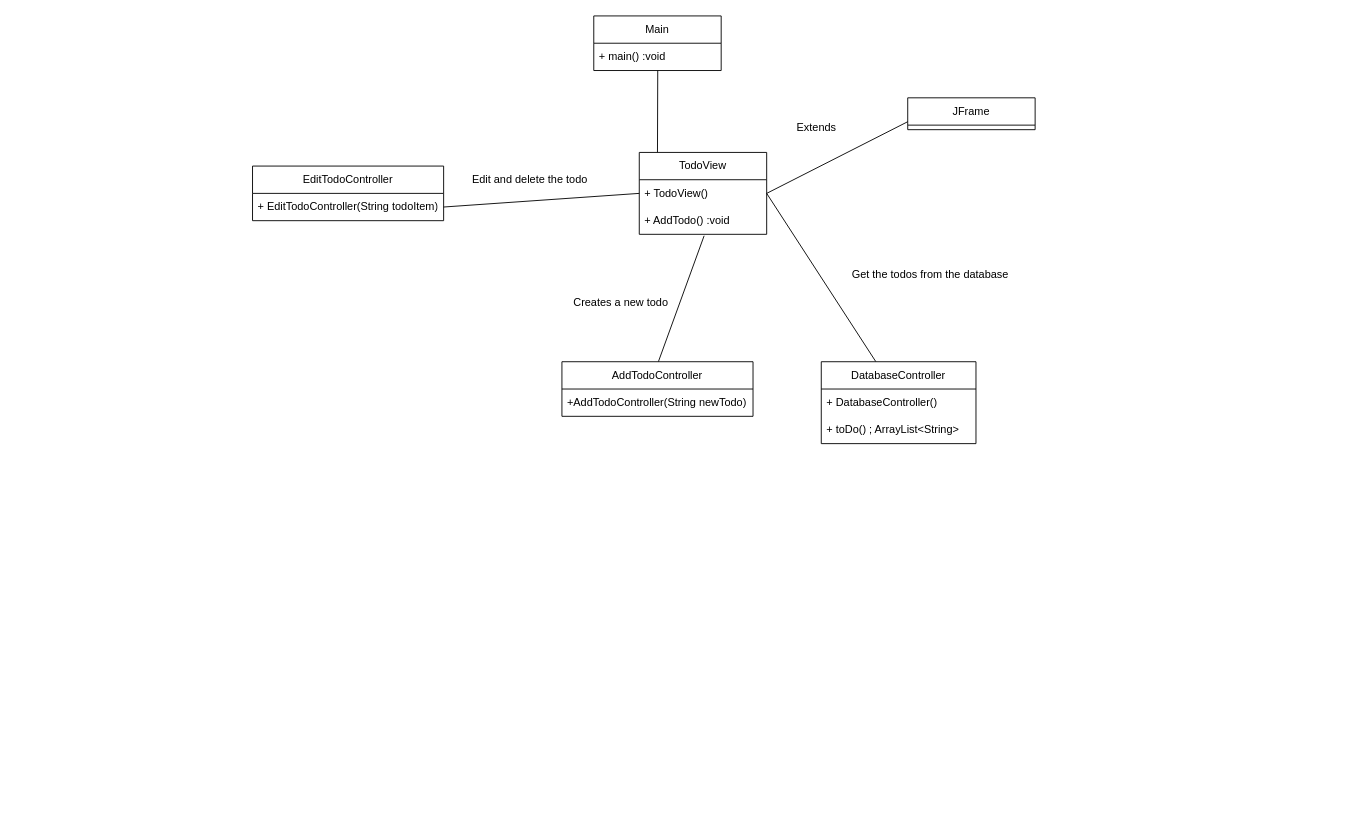
The draw.io diagram Class Diagram.drawio in Rick-VA/JavaDoit, before the edit. Source tidied: cells renumbered, new cells numbered last; positions are measured from the earlier drawing's top-left corner, leaving out a move shared by most shapes. Both pictures are drawn from the tidied source at 91%, with x=0, y=0 at pixel (252, 15).
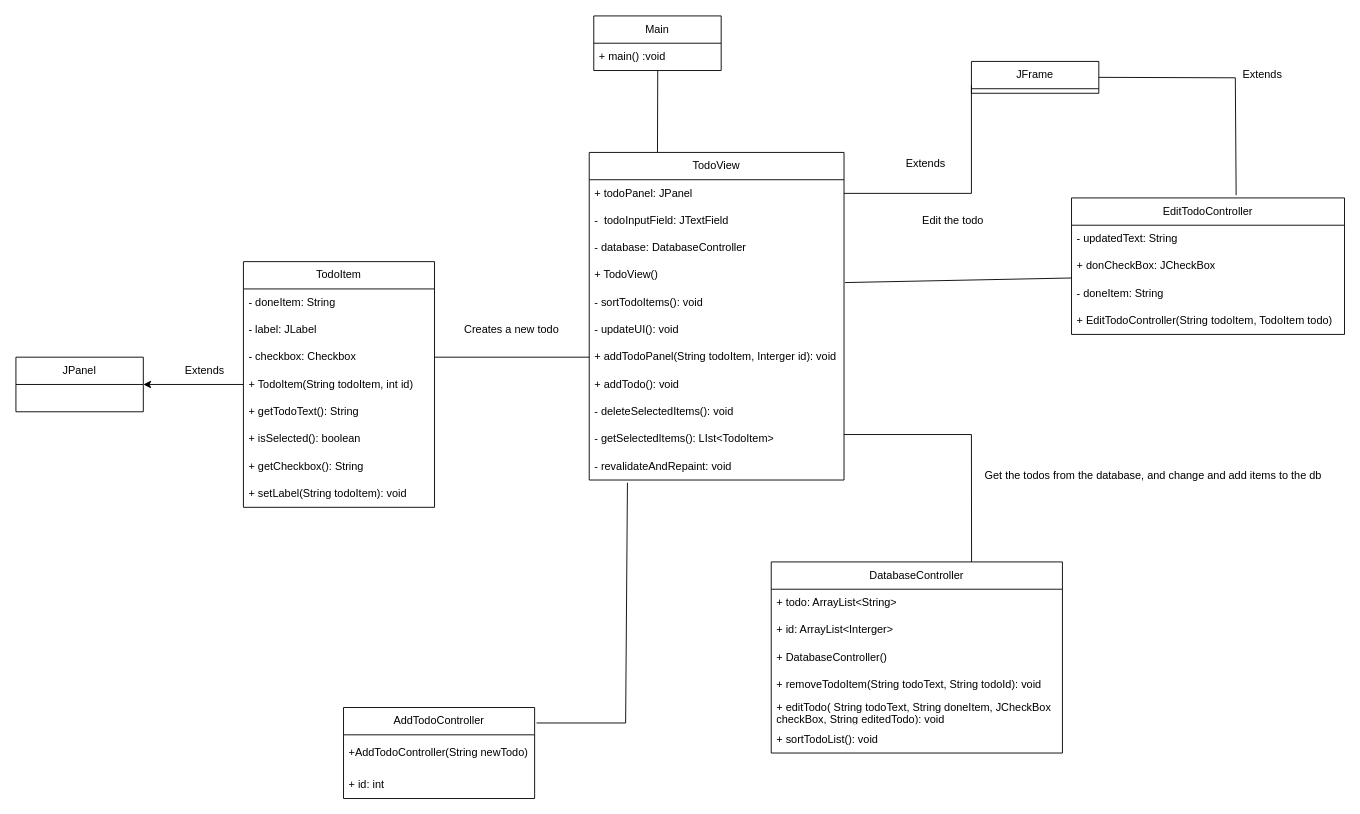
After the change.

Commit message (it also covers changes not shown here):
whole project completed

Change to the diagram source:
```diff
@@
     <mxCell id="5" value="TodoView" style="swimlane;fontStyle=0;horizontal=1;startSize=30;whiteSpace=wrap;html=1;" parent="1" vertex="1">
-      <mxGeometry x="425" y="150" width="140" height="90" as="geometry" />
+      <mxGeometry x="370" y="150" width="280" height="360" as="geometry" />
     </mxCell>
-    <mxCell id="6" value="+ TodoView()" style="text;strokeColor=none;fillColor=none;align=left;verticalAlign=middle;spacingLeft=4;spacingRight=4;overflow=hidden;points=[[0,0.5],[1,0.5]];portConstraint=eastwest;whiteSpace=wrap;html=1;" parent="5" vertex="1">
-      <mxGeometry y="30" width="140" height="30" as="geometry" />
+    <mxCell id="6" value="+ todoPanel: JPanel" style="text;strokeColor=none;fillColor=none;align=left;verticalAlign=middle;spacingLeft=4;spacingRight=4;overflow=hidden;points=[[0,0.5],[1,0.5]];portConstraint=eastwest;whiteSpace=wrap;html=1;" parent="5" vertex="1">
+      <mxGeometry y="30" width="280" height="30" as="geometry" />
     </mxCell>
+    <mxCell id="24" value="-&amp;nbsp; todoInputField: JTextField" style="text;strokeColor=none;fillColor=none;align=left;verticalAlign=middle;spacingLeft=4;spacingRight=4;overflow=hidden;whiteSpace=wrap;html=1;" parent="5" vertex="1">
+      <mxGeometry y="60" width="280" height="30" as="geometry" />
+    </mxCell>
+    <mxCell id="25" value="- database: DatabaseController" style="text;strokeColor=none;fillColor=none;align=left;verticalAlign=middle;spacingLeft=4;spacingRight=4;overflow=hidden;whiteSpace=wrap;html=1;" parent="5" vertex="1">
+      <mxGeometry y="90" width="280" height="30" as="geometry" />
+    </mxCell>
-    <mxCell id="7" value="+ AddTodo() :void" style="text;strokeColor=none;fillColor=none;align=left;verticalAlign=middle;spacingLeft=4;spacingRight=4;overflow=hidden;points=[[0,0.5],[1,0.5]];portConstraint=eastwest;whiteSpace=wrap;html=1;" parent="5" vertex="1">
-      <mxGeometry y="60" width="140" height="30" as="geometry" />
+    <mxCell id="7" value="+ TodoView()" style="text;strokeColor=none;fillColor=none;align=left;verticalAlign=middle;spacingLeft=4;spacingRight=4;overflow=hidden;points=[[0,0.5],[1,0.5]];portConstraint=eastwest;whiteSpace=wrap;html=1;" parent="5" vertex="1">
+      <mxGeometry y="120" width="280" height="30" as="geometry" />
     </mxCell>
+    <mxCell id="26" value="- sortTodoItems(): void" style="text;strokeColor=none;fillColor=none;align=left;verticalAlign=middle;spacingLeft=4;spacingRight=4;overflow=hidden;whiteSpace=wrap;html=1;" parent="5" vertex="1">
+      <mxGeometry y="150" width="280" height="30" as="geometry" />
+    </mxCell>
+    <mxCell id="27" value="- updateUI(): void" style="text;strokeColor=none;fillColor=none;align=left;verticalAlign=middle;spacingLeft=4;spacingRight=4;overflow=hidden;whiteSpace=wrap;html=1;" parent="5" vertex="1">
+      <mxGeometry y="180" width="280" height="30" as="geometry" />
+    </mxCell>
+    <mxCell id="28" value="+ addTodoPanel(String todoItem, Interger id): void" style="text;strokeColor=none;fillColor=none;align=left;verticalAlign=middle;spacingLeft=4;spacingRight=4;overflow=hidden;points=[[0,0.5],[1,0.5]];portConstraint=eastwest;whiteSpace=wrap;html=1;" parent="5" vertex="1">
+      <mxGeometry y="210" width="280" height="30" as="geometry" />
+    </mxCell>
+    <mxCell id="29" value="+ addTodo(): void" style="text;strokeColor=none;fillColor=none;align=left;verticalAlign=middle;spacingLeft=4;spacingRight=4;overflow=hidden;whiteSpace=wrap;html=1;" parent="5" vertex="1">
+      <mxGeometry y="240" width="280" height="30" as="geometry" />
+    </mxCell>
+    <mxCell id="30" value="- deleteSelectedItems(): void" style="text;strokeColor=none;fillColor=none;align=left;verticalAlign=middle;spacingLeft=4;spacingRight=4;overflow=hidden;whiteSpace=wrap;html=1;" parent="5" vertex="1">
+      <mxGeometry y="270" width="280" height="30" as="geometry" />
+    </mxCell>
+    <mxCell id="31" value="- getSelectedItems(): LIst&amp;lt;TodoItem&amp;gt;" style="text;strokeColor=none;fillColor=none;align=left;verticalAlign=middle;spacingLeft=4;spacingRight=4;overflow=hidden;whiteSpace=wrap;html=1;" parent="5" vertex="1">
+      <mxGeometry y="300" width="280" height="30" as="geometry" />
+    </mxCell>
+    <mxCell id="32" value="- revalidateAndRepaint: void" style="text;strokeColor=none;fillColor=none;align=left;verticalAlign=middle;spacingLeft=4;spacingRight=4;overflow=hidden;points=[[0,0.5],[1,0.5]];portConstraint=eastwest;whiteSpace=wrap;html=1;" parent="5" vertex="1">
+      <mxGeometry y="330" width="280" height="30" as="geometry" />
+    </mxCell>
     <mxCell id="8" value="Extends" style="text;html=1;strokeColor=none;fillColor=none;align=center;verticalAlign=middle;whiteSpace=wrap;rounded=0;" parent="1" vertex="1">
-      <mxGeometry x="590" y="110" width="60" height="25" as="geometry" />
+      <mxGeometry x="710" y="150" width="60" height="25" as="geometry" />
     </mxCell>
     <mxCell id="9" value="JFrame" style="swimlane;fontStyle=0;horizontal=1;startSize=30;whiteSpace=wrap;html=1;" parent="1" vertex="1">
-      <mxGeometry x="720" y="90" width="140" height="35" as="geometry" />
+      <mxGeometry x="790" y="50" width="140" height="35" as="geometry" />
     </mxCell>
-    <mxCell id="10" style="endArrow=none;html=1;rounded=0;entryX=0.509;entryY=1.053;entryDx=0;entryDy=0;entryPerimeter=0;" parent="1" edge="1" target="7">
+    <mxCell id="10" style="endArrow=none;html=1;rounded=0;entryX=0.15;entryY=1.1;entryDx=0;entryDy=0;entryPerimeter=0;exitX=1.01;exitY=0.17;exitDx=0;exitDy=0;exitPerimeter=0;" parent="1" edge="1" source="11" target="32">
       <mxGeometry relative="1" as="geometry">
-        <mxPoint x="446" y="380" as="sourcePoint" />
+        <Array as="points">
+          <mxPoint x="410" y="777" />
+        </Array>
       </mxGeometry>
     </mxCell>
     <mxCell id="11" value="AddTodoController" style="swimlane;fontStyle=0;horizontal=1;startSize=30;whiteSpace=wrap;html=1;" parent="1" vertex="1">
-      <mxGeometry x="340" y="380" width="210" height="60" as="geometry" />
+      <mxGeometry x="100" y="760" width="210" height="100" as="geometry" />
     </mxCell>
     <mxCell id="12" value="+AddTodoController(String newTodo)" style="text;strokeColor=none;fillColor=none;align=left;verticalAlign=middle;spacingLeft=4;spacingRight=4;overflow=hidden;whiteSpace=wrap;html=1;" parent="11" vertex="1">
-      <mxGeometry y="30" width="210" height="30" as="geometry" />
+      <mxGeometry y="30" width="210" height="40" as="geometry" />
     </mxCell>
+    <mxCell id="33" value="+ id: int" style="text;strokeColor=none;fillColor=none;align=left;verticalAlign=middle;spacingLeft=4;spacingRight=4;overflow=hidden;whiteSpace=wrap;html=1;" parent="11" vertex="1">
+      <mxGeometry y="70" width="210" height="30" as="geometry" />
+    </mxCell>
     <mxCell id="13" value="Creates a new todo" style="text;html=1;strokeColor=none;fillColor=none;align=center;verticalAlign=middle;whiteSpace=wrap;rounded=0;" parent="1" vertex="1">
-      <mxGeometry x="340" y="300" width="130" height="30" as="geometry" />
+      <mxGeometry x="220" y="330" width="130" height="30" as="geometry" />
     </mxCell>
-    <mxCell id="14" style="endArrow=none;html=1;rounded=0;entryX=1;entryY=0.5;entryDx=0;entryDy=0;" parent="1" edge="1" target="6">
+    <mxCell id="14" style="endArrow=none;html=1;rounded=0;exitX=0.688;exitY=0;exitDx=0;exitDy=0;exitPerimeter=0;" parent="1" edge="1" source="15">
       <mxGeometry relative="1" as="geometry">
-        <mxPoint x="685" y="380" as="sourcePoint" />
+        <mxPoint x="650" y="460" as="targetPoint" />
+        <Array as="points">
+          <mxPoint x="790" y="460" />
+        </Array>
       </mxGeometry>
     </mxCell>
     <mxCell id="15" value="DatabaseController" style="swimlane;fontStyle=0;horizontal=1;startSize=30;whiteSpace=wrap;html=1;" parent="1" vertex="1">
-      <mxGeometry x="625" y="380" width="170" height="90" as="geometry" />
+      <mxGeometry x="570" y="600" width="320" height="210" as="geometry" />
     </mxCell>
-    <mxCell id="16" value="+ DatabaseController()" style="text;strokeColor=none;fillColor=none;align=left;verticalAlign=middle;spacingLeft=4;spacingRight=4;overflow=hidden;whiteSpace=wrap;html=1;" parent="15" vertex="1">
-      <mxGeometry y="30" width="170" height="30" as="geometry" />
+    <mxCell id="16" value="+ todo: ArrayList&amp;lt;String&amp;gt;" style="text;strokeColor=none;fillColor=none;align=left;verticalAlign=middle;spacingLeft=4;spacingRight=4;overflow=hidden;whiteSpace=wrap;html=1;" parent="15" vertex="1">
+      <mxGeometry y="30" width="320" height="30" as="geometry" />
     </mxCell>
-    <mxCell id="17" value="+ toDo() ; ArrayList&amp;lt;String&amp;gt;&amp;nbsp;" style="text;strokeColor=none;fillColor=none;align=left;verticalAlign=middle;spacingLeft=4;spacingRight=4;overflow=hidden;whiteSpace=wrap;html=1;" parent="15" vertex="1">
-      <mxGeometry y="60" width="170" height="30" as="geometry" />
-    </mxCell>
+    <mxCell id="34" value="+ id: ArrayList&amp;lt;Interger&amp;gt;" style="text;strokeColor=none;fillColor=none;align=left;verticalAlign=middle;spacingLeft=4;spacingRight=4;overflow=hidden;whiteSpace=wrap;html=1;" parent="15" vertex="1">
+      <mxGeometry y="60" width="320" height="30" as="geometry" />
+    </mxCell>
+    <mxCell id="35" value="+ DatabaseController()" style="text;strokeColor=none;fillColor=none;align=left;verticalAlign=middle;spacingLeft=4;spacingRight=4;overflow=hidden;whiteSpace=wrap;html=1;" parent="15" vertex="1">
+      <mxGeometry y="90" width="320" height="30" as="geometry" />
+    </mxCell>
+    <mxCell id="36" value="+ removeTodoItem(String todoText, String todoId): void" style="text;strokeColor=none;fillColor=none;align=left;verticalAlign=middle;spacingLeft=4;spacingRight=4;overflow=hidden;whiteSpace=wrap;html=1;" parent="15" vertex="1">
+      <mxGeometry y="120" width="320" height="30" as="geometry" />
+    </mxCell>
+    <mxCell id="37" value="+ editTodo( String todoText, String doneItem, JCheckBox checkBox, String editedTodo): void" style="text;strokeColor=none;fillColor=none;align=left;verticalAlign=middle;spacingLeft=4;spacingRight=4;overflow=hidden;whiteSpace=wrap;html=1;" parent="15" vertex="1">
+      <mxGeometry y="150" width="320" height="30" as="geometry" />
+    </mxCell>
+    <mxCell id="38" value="+ sortTodoList(): void" style="text;strokeColor=none;fillColor=none;align=left;verticalAlign=middle;spacingLeft=4;spacingRight=4;overflow=hidden;whiteSpace=wrap;html=1;" parent="15" vertex="1">
+      <mxGeometry y="180" width="320" height="30" as="geometry" />
+    </mxCell>
-    <mxCell id="18" value="Get the todos from the database" style="text;html=1;strokeColor=none;fillColor=none;align=center;verticalAlign=middle;whiteSpace=wrap;rounded=0;" parent="1" vertex="1">
-      <mxGeometry x="650" y="270" width="190" height="30" as="geometry" />
+    <mxCell id="18" value="Get the todos from the database, and change and add items to the db" style="text;html=1;strokeColor=none;fillColor=none;align=center;verticalAlign=middle;whiteSpace=wrap;rounded=0;" parent="1" vertex="1">
+      <mxGeometry x="800" y="490" width="380" height="30" as="geometry" />
     </mxCell>
     <mxCell id="19" value="EditTodoController" style="swimlane;fontStyle=0;horizontal=1;startSize=30;whiteSpace=wrap;html=1;" parent="1" vertex="1">
-      <mxGeometry y="165" width="210" height="60" as="geometry" />
+      <mxGeometry x="900" y="200" width="300" height="150" as="geometry" />
     </mxCell>
+    <mxCell id="39" value="- updatedText: String" style="text;strokeColor=none;fillColor=none;align=left;verticalAlign=middle;spacingLeft=4;spacingRight=4;overflow=hidden;whiteSpace=wrap;html=1;" parent="19" vertex="1">
+      <mxGeometry y="30" width="300" height="30" as="geometry" />
+    </mxCell>
-    <mxCell id="20" value="+ EditTodoController(String todoItem)" style="text;strokeColor=none;fillColor=none;align=left;verticalAlign=middle;spacingLeft=4;spacingRight=4;overflow=hidden;points=[[0,0.5],[1,0.5]];portConstraint=eastwest;whiteSpace=wrap;html=1;" parent="19" vertex="1">
-      <mxGeometry y="30" width="210" height="30" as="geometry" />
+    <mxCell id="20" value="+ donCheckBox: JCheckBox" style="text;strokeColor=none;fillColor=none;align=left;verticalAlign=middle;spacingLeft=4;spacingRight=4;overflow=hidden;points=[[0,0.5],[1,0.5]];portConstraint=eastwest;whiteSpace=wrap;html=1;" parent="19" vertex="1">
+      <mxGeometry y="60" width="300" height="30" as="geometry" />
     </mxCell>
+    <mxCell id="40" value="- doneItem: String" style="text;strokeColor=none;fillColor=none;align=left;verticalAlign=middle;spacingLeft=4;spacingRight=4;overflow=hidden;whiteSpace=wrap;html=1;" parent="19" vertex="1">
+      <mxGeometry y="90" width="300" height="30" as="geometry" />
+    </mxCell>
+    <mxCell id="41" value="+ EditTodoController(String todoItem, TodoItem todo)" style="text;strokeColor=none;fillColor=none;align=left;verticalAlign=middle;spacingLeft=4;spacingRight=4;overflow=hidden;whiteSpace=wrap;html=1;" parent="19" vertex="1">
+      <mxGeometry y="120" width="300" height="30" as="geometry" />
+    </mxCell>
-    <mxCell id="21" style="endArrow=none;html=1;rounded=0;exitX=1;exitY=0.5;exitDx=0;exitDy=0;entryX=0;entryY=0.5;entryDx=0;entryDy=0;" parent="1" edge="1" source="20" target="6">
+    <mxCell id="21" style="endArrow=none;html=1;rounded=0;exitX=0;exitY=0.933;exitDx=0;exitDy=0;exitPerimeter=0;entryX=1.004;entryY=0.767;entryDx=0;entryDy=0;entryPerimeter=0;" parent="1" edge="1" source="20" target="7">
       <mxGeometry relative="1" as="geometry" />
     </mxCell>
     <mxCell id="22" style="endArrow=none;html=1;rounded=0;entryX=0;entryY=0.75;entryDx=0;entryDy=0;exitX=1;exitY=0.5;exitDx=0;exitDy=0;" parent="1" edge="1" source="6" target="9">
-      <mxGeometry relative="1" as="geometry" />
+      <mxGeometry relative="1" as="geometry">
+        <Array as="points">
+          <mxPoint x="790" y="195" />
+        </Array>
+      </mxGeometry>
     </mxCell>
-    <mxCell id="23" value="Edit and delete the todo" style="text;html=1;strokeColor=none;fillColor=none;align=center;verticalAlign=middle;whiteSpace=wrap;rounded=0;" parent="1" vertex="1">
-      <mxGeometry x="235" y="165" width="140" height="30" as="geometry" />
+    <mxCell id="23" value="Edit the todo" style="text;html=1;strokeColor=none;fillColor=none;align=center;verticalAlign=middle;whiteSpace=wrap;rounded=0;" parent="1" vertex="1">
+      <mxGeometry x="700" y="210" width="140" height="30" as="geometry" />
     </mxCell>
+    <mxCell id="42" style="edgeStyle=orthogonalEdgeStyle;rounded=0;jettySize=auto;html=1;" parent="1" edge="1" source="43" target="52">
+      <mxGeometry relative="1" as="geometry" />
+    </mxCell>
+    <mxCell id="43" value="TodoItem" style="swimlane;fontStyle=0;horizontal=1;startSize=30;whiteSpace=wrap;html=1;" parent="1" vertex="1">
+      <mxGeometry x="-10" y="270" width="210" height="270" as="geometry" />
+    </mxCell>
+    <mxCell id="44" value="- doneItem: String" style="text;strokeColor=none;fillColor=none;align=left;verticalAlign=middle;spacingLeft=4;spacingRight=4;overflow=hidden;whiteSpace=wrap;html=1;" parent="43" vertex="1">
+      <mxGeometry y="30" width="210" height="30" as="geometry" />
+    </mxCell>
+    <mxCell id="45" value="- label: JLabel" style="text;strokeColor=none;fillColor=none;align=left;verticalAlign=middle;spacingLeft=4;spacingRight=4;overflow=hidden;whiteSpace=wrap;html=1;" parent="43" vertex="1">
+      <mxGeometry y="60" width="210" height="30" as="geometry" />
+    </mxCell>
+    <mxCell id="46" value="- checkbox: Checkbox" style="text;strokeColor=none;fillColor=none;align=left;verticalAlign=middle;spacingLeft=4;spacingRight=4;overflow=hidden;points=[[0,0.5],[1,0.5]];portConstraint=eastwest;whiteSpace=wrap;html=1;" parent="43" vertex="1">
+      <mxGeometry y="90" width="210" height="30" as="geometry" />
+    </mxCell>
+    <mxCell id="47" value="+ TodoItem(String todoItem, int id)" style="text;strokeColor=none;fillColor=none;align=left;verticalAlign=middle;spacingLeft=4;spacingRight=4;overflow=hidden;whiteSpace=wrap;html=1;" parent="43" vertex="1">
+      <mxGeometry y="120" width="210" height="30" as="geometry" />
+    </mxCell>
+    <mxCell id="48" value="+ getTodoText(): String" style="text;strokeColor=none;fillColor=none;align=left;verticalAlign=middle;spacingLeft=4;spacingRight=4;overflow=hidden;whiteSpace=wrap;html=1;" parent="43" vertex="1">
+      <mxGeometry y="150" width="210" height="30" as="geometry" />
+    </mxCell>
+    <mxCell id="49" value="+ isSelected(): boolean" style="text;strokeColor=none;fillColor=none;align=left;verticalAlign=middle;spacingLeft=4;spacingRight=4;overflow=hidden;whiteSpace=wrap;html=1;" parent="43" vertex="1">
+      <mxGeometry y="180" width="210" height="30" as="geometry" />
+    </mxCell>
+    <mxCell id="50" value="+ getCheckbox(): String" style="text;strokeColor=none;fillColor=none;align=left;verticalAlign=middle;spacingLeft=4;spacingRight=4;overflow=hidden;whiteSpace=wrap;html=1;" parent="43" vertex="1">
+      <mxGeometry y="210" width="210" height="30" as="geometry" />
+    </mxCell>
+    <mxCell id="51" value="+ setLabel(String todoItem): void" style="text;strokeColor=none;fillColor=none;align=left;verticalAlign=middle;spacingLeft=4;spacingRight=4;overflow=hidden;whiteSpace=wrap;html=1;" parent="43" vertex="1">
+      <mxGeometry y="240" width="210" height="30" as="geometry" />
+    </mxCell>
+    <mxCell id="52" value="JPanel" style="swimlane;fontStyle=0;horizontal=1;startSize=30;whiteSpace=wrap;html=1;" parent="1" vertex="1">
+      <mxGeometry x="-260" y="375" width="140" height="60" as="geometry" />
+    </mxCell>
+    <mxCell id="53" value="Extends" style="text;strokeColor=none;fillColor=none;align=left;verticalAlign=middle;spacingLeft=4;spacingRight=4;overflow=hidden;whiteSpace=wrap;html=1;" parent="1" vertex="1">
+      <mxGeometry x="-80" y="375" width="80" height="30" as="geometry" />
+    </mxCell>
+    <mxCell id="54" style="endArrow=none;html=1;rounded=0;entryX=0;entryY=0.5;entryDx=0;entryDy=0;exitX=1;exitY=0.5;exitDx=0;exitDy=0;" parent="1" edge="1" source="46" target="28">
+      <mxGeometry relative="1" as="geometry" />
+    </mxCell>
+    <mxCell id="55" style="endArrow=none;html=1;rounded=0;entryX=1;entryY=0.5;entryDx=0;entryDy=0;exitX=0.603;exitY=-0.02;exitDx=0;exitDy=0;exitPerimeter=0;" parent="1" edge="1" source="19" target="9">
+      <mxGeometry relative="1" as="geometry">
+        <Array as="points">
+          <mxPoint x="1080" y="68" />
+        </Array>
+      </mxGeometry>
+    </mxCell>
+    <mxCell id="56" value="Extends" style="text;html=1;strokeColor=none;fillColor=none;align=center;verticalAlign=middle;whiteSpace=wrap;rounded=0;" parent="1" vertex="1">
+      <mxGeometry x="1080" y="50" width="60" height="30" as="geometry" />
+    </mxCell>
```
